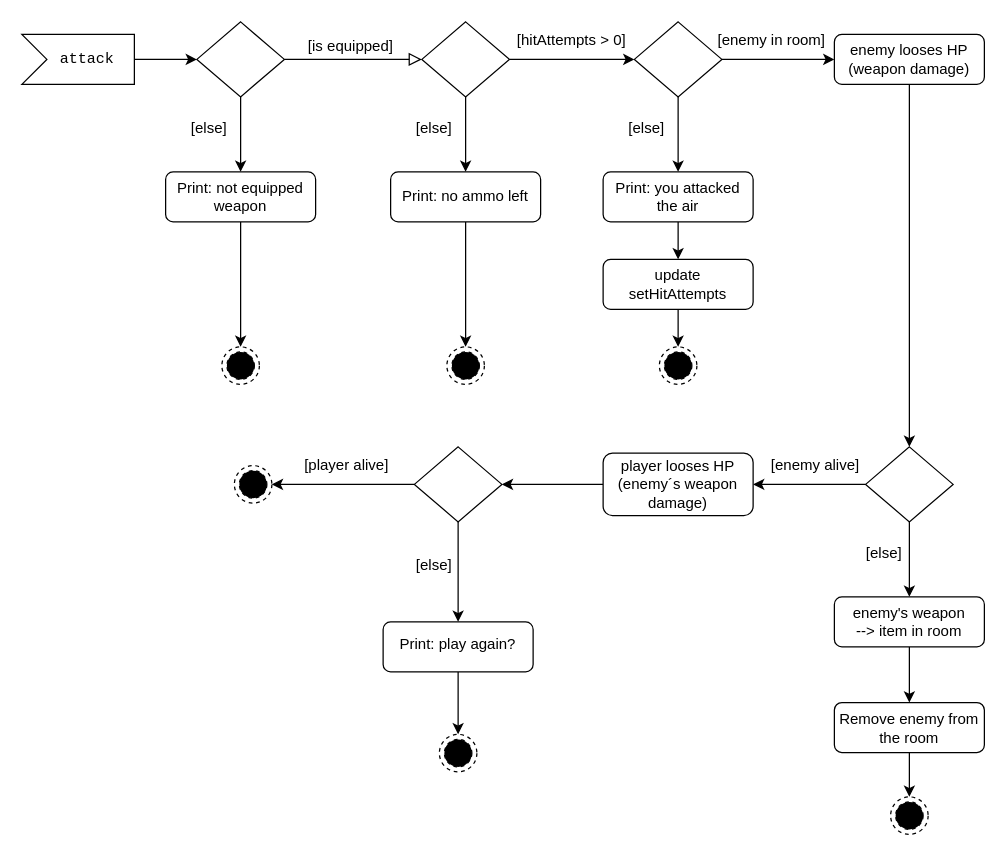
Before: Activitydiagram_attack.drawio in tomm8231/adventureGame, a draw.io diagram. Source tidied: cells renumbered, new cells numbered last; positions are measured from the earlier drawing's top-left corner, leaving out a move shared by most shapes. Both pictures are drawn from the tidied source at 125%, with x=0, y=0 at pixel (21, 21).
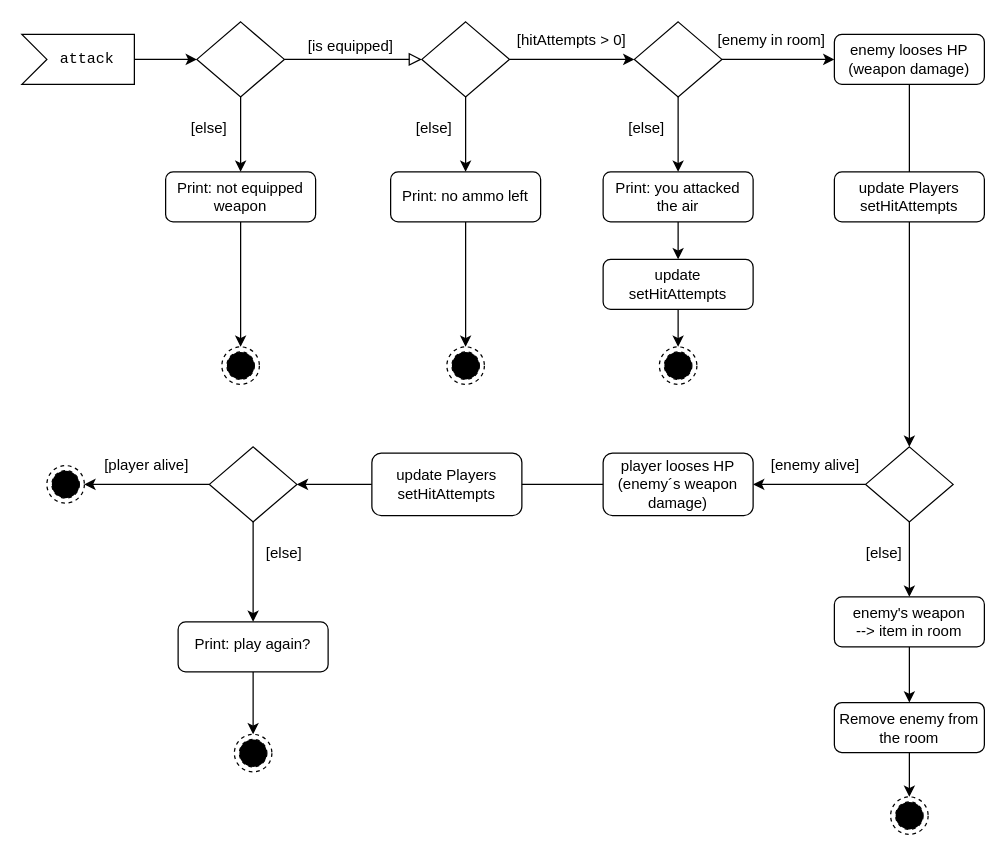
Above is the later version.

The change refers to these unchanged cells:
```xml
<mxCell id="38" value="player looses HP&lt;br&gt;(enemy´s weapon damage)" style="rounded=1;whiteSpace=wrap;html=1;fontSize=12;glass=0;strokeWidth=1;shadow=0;" parent="1" vertex="1">
  <mxGeometry x="465" y="345" width="120" height="50" as="geometry" />
</mxCell>
```

Diff of the diagram source:
```diff
@@
-    <mxCell id="37" style="edgeStyle=orthogonalEdgeStyle;rounded=0;jettySize=auto;html=1;" parent="1" edge="1" source="38" target="46">
+    <mxCell id="37" style="edgeStyle=orthogonalEdgeStyle;rounded=0;jettySize=auto;html=1;startArrow=none;" parent="1" edge="1" source="54" target="46">
       <mxGeometry relative="1" as="geometry" />
     </mxCell>
@@
+    <mxCell id="45" style="edgeStyle=orthogonalEdgeStyle;rounded=0;jettySize=auto;html=1;" parent="1" edge="1" source="46" target="50">
+      <mxGeometry relative="1" as="geometry" />
+    </mxCell>
     <mxCell id="44" style="edgeStyle=orthogonalEdgeStyle;rounded=0;jettySize=auto;html=1;" parent="1" edge="1" source="46" target="48">
-      <mxGeometry relative="1" as="geometry" />
+      <mxGeometry relative="1" as="geometry">
+        <Array as="points">
+          <mxPoint x="185" y="480" />
+        </Array>
+      </mxGeometry>
     </mxCell>
-    <mxCell id="45" style="edgeStyle=orthogonalEdgeStyle;rounded=0;jettySize=auto;html=1;" parent="1" edge="1" source="46" target="50">
-      <mxGeometry relative="1" as="geometry" />
-    </mxCell>
     <mxCell id="46" style="rhombus;whiteSpace=wrap;html=1;shadow=0;fontFamily=Helvetica;fontSize=12;align=center;strokeWidth=1;spacing=6;spacingTop=-4;" parent="1" vertex="1">
-      <mxGeometry x="314" y="340" width="70" height="60" as="geometry" />
+      <mxGeometry x="150" y="340" width="70" height="60" as="geometry" />
     </mxCell>
     <mxCell id="47" style="edgeStyle=orthogonalEdgeStyle;rounded=0;jettySize=auto;html=1;" parent="1" edge="1" source="48" target="52">
-      <mxGeometry relative="1" as="geometry" />
+      <mxGeometry relative="1" as="geometry">
+        <Array as="points">
+          <mxPoint x="185" y="585" />
+        </Array>
+      </mxGeometry>
     </mxCell>
     <mxCell id="48" value="Print: play again?" style="rounded=1;whiteSpace=wrap;html=1;shadow=0;strokeWidth=1;spacing=6;spacingTop=-4;" parent="1" vertex="1">
-      <mxGeometry x="289" y="480" width="120" height="40" as="geometry" />
+      <mxGeometry x="125" y="480" width="120" height="40" as="geometry" />
     </mxCell>
     <mxCell id="49" value="[player alive]" style="text;html=1;strokeColor=none;fillColor=none;align=center;verticalAlign=middle;whiteSpace=wrap;rounded=0;" parent="1" vertex="1">
-      <mxGeometry x="210" y="340" width="100" height="30" as="geometry" />
+      <mxGeometry x="50" y="340" width="100" height="30" as="geometry" />
     </mxCell>
     <mxCell id="50" style="ellipse;html=1;shape=endState;fillColor=#000000;strokeColor=#000000;dashed=1;" parent="1" vertex="1">
-      <mxGeometry x="170" y="355" width="30" height="30" as="geometry" />
+      <mxGeometry x="20" y="355" width="30" height="30" as="geometry" />
     </mxCell>
     <mxCell id="51" value="[else]" style="text;html=1;strokeColor=none;fillColor=none;align=center;verticalAlign=middle;whiteSpace=wrap;rounded=0;" parent="1" vertex="1">
-      <mxGeometry x="310" y="420" width="40" height="30" as="geometry" />
+      <mxGeometry x="190" y="410" width="40" height="30" as="geometry" />
     </mxCell>
     <mxCell id="52" style="ellipse;html=1;shape=endState;fillColor=#000000;strokeColor=#000000;dashed=1;" parent="1" vertex="1">
-      <mxGeometry x="334" y="570" width="30" height="30" as="geometry" />
+      <mxGeometry x="170" y="570" width="30" height="30" as="geometry" />
     </mxCell>
+    <mxCell id="53" value="update Players setHitAttempts" style="rounded=1;whiteSpace=wrap;html=1;fontSize=12;glass=0;strokeWidth=1;shadow=0;" parent="1" vertex="1">
+      <mxGeometry x="650" y="120" width="120" height="40" as="geometry" />
+    </mxCell>
+    <mxCell id="54" value="update Players setHitAttempts" style="rounded=1;whiteSpace=wrap;html=1;fontSize=12;glass=0;strokeWidth=1;shadow=0;" parent="1" vertex="1">
+      <mxGeometry x="280" y="345" width="120" height="50" as="geometry" />
+    </mxCell>
+    <mxCell id="55" style="edgeStyle=orthogonalEdgeStyle;rounded=0;jettySize=auto;html=1;endArrow=none;" parent="1" edge="1" source="38" target="54">
+      <mxGeometry relative="1" as="geometry" />
+    </mxCell>
```
